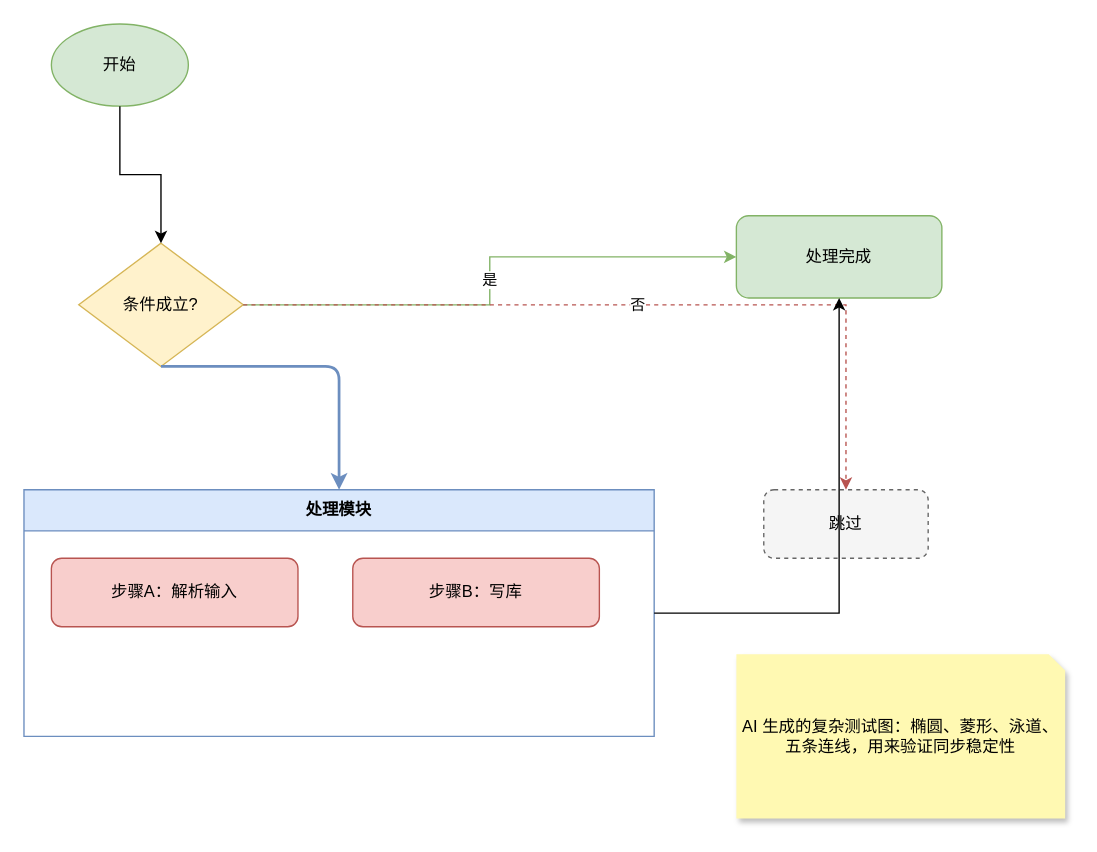
IQD1/IQD1-PUB keeps this draw.io diagram as flow-test2.drawio. Above is the earlier version. Source tidied: cells renumbered, new cells numbered last; positions are measured from the earlier drawing's top-left corner, leaving out a move shared by most shapes. Both pictures are drawn from the tidied source at 137%, with x=0, y=0 at pixel (23, 23).
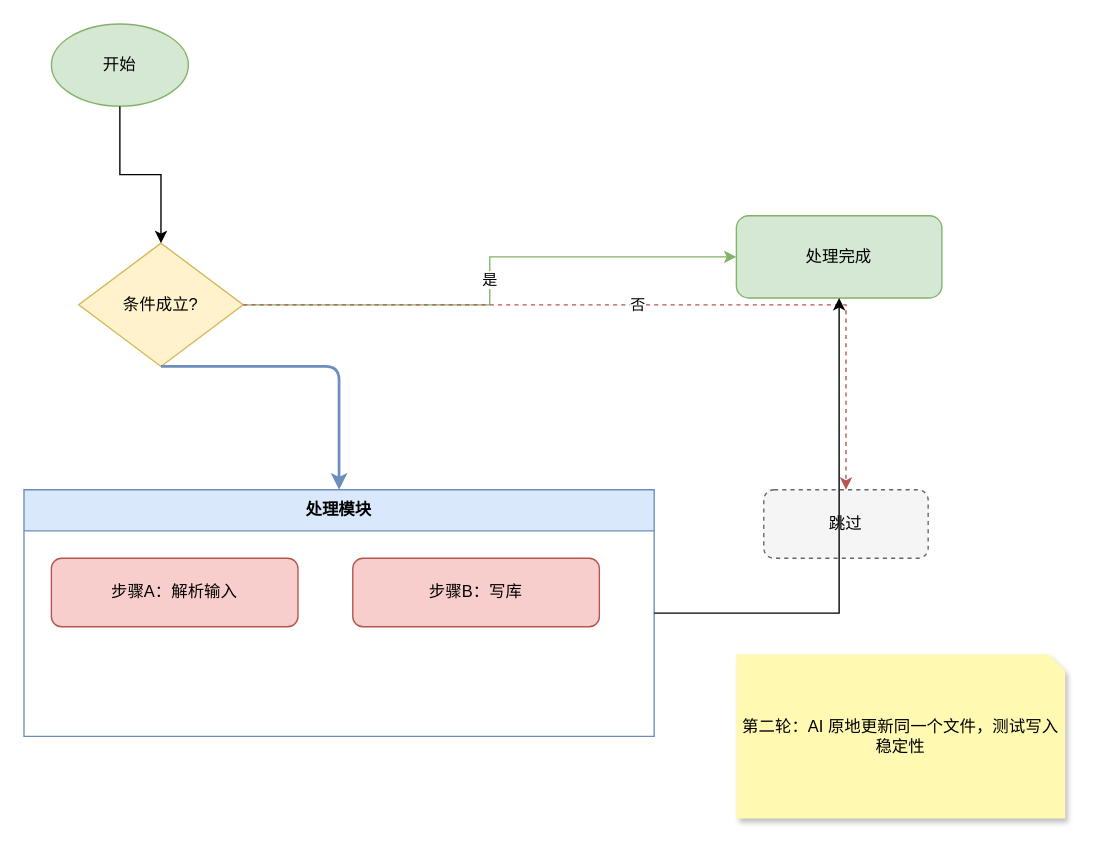
Above is the later version.

Commit message:
第二轮：原地更新同一文件

What changed in the source:
```diff
@@
 <mxGraphModel>
   <root>
     <mxCell id="0" />
     <mxCell id="1" parent="0" />
     <mxCell id="2" value="开始" style="ellipse;whiteSpace=wrap;html=1;fillColor=#d5e8d4;strokeColor=#82b366;" parent="1" vertex="1">
       <mxGeometry x="20" width="100" height="60" as="geometry" />
     </mxCell>
     <mxCell id="3" value="条件成立?" style="rhombus;whiteSpace=wrap;html=1;fillColor=#fff2cc;strokeColor=#d6b656;" parent="1" vertex="1">
       <mxGeometry x="40" y="160" width="120" height="90" as="geometry" />
     </mxCell>
     <mxCell id="4" value="处理模块" style="swimlane;startSize=30;whiteSpace=wrap;html=1;fillColor=#dae8fc;strokeColor=#6c8ebf;" parent="1" vertex="1">
       <mxGeometry y="340" width="460" height="180" as="geometry" />
     </mxCell>
     <mxCell id="5" value="步骤A：解析输入" style="rounded=1;whiteSpace=wrap;html=1;fillColor=#f8cecc;strokeColor=#b85450;" parent="4" vertex="1">
       <mxGeometry x="20" y="50" width="180" height="50" as="geometry" />
     </mxCell>
     <mxCell id="6" value="步骤B：写库" style="rounded=1;whiteSpace=wrap;html=1;fillColor=#f8cecc;strokeColor=#b85450;" parent="4" vertex="1">
       <mxGeometry x="240" y="50" width="180" height="50" as="geometry" />
     </mxCell>
     <mxCell id="7" value="处理完成" style="rounded=1;whiteSpace=wrap;html=1;fillColor=#d5e8d4;strokeColor=#82b366;" parent="1" vertex="1">
       <mxGeometry x="520" y="140" width="150" height="60" as="geometry" />
     </mxCell>
     <mxCell id="8" value="跳过" style="rounded=1;whiteSpace=wrap;html=1;fillColor=#f5f5f5;strokeColor=#666666;dashed=1;" parent="1" vertex="1">
       <mxGeometry x="540" y="340" width="120" height="50" as="geometry" />
     </mxCell>
     <mxCell id="9" style="edgeStyle=orthogonalEdgeStyle;rounded=0;jettySize=auto;html=1;" parent="1" edge="1" source="2" target="3">
       <mxGeometry relative="1" as="geometry" />
     </mxCell>
     <mxCell id="10" style="edgeStyle=segmentEdgeStyle;rounded=1;html=1;strokeColor=#6c8ebf;strokeWidth=2;exitX=0.5;exitY=1;" parent="1" edge="1" source="3" target="4">
       <mxGeometry relative="1" as="geometry" />
     </mxCell>
     <mxCell id="11" value="是" style="edgeStyle=orthogonalEdgeStyle;rounded=0;jettySize=auto;html=1;strokeColor=#82b366;" parent="1" edge="1" source="3" target="7">
       <mxGeometry relative="1" as="geometry" />
     </mxCell>
     <mxCell id="12" value="否" style="edgeStyle=orthogonalEdgeStyle;rounded=0;jettySize=auto;html=1;strokeColor=#b85450;dashed=1;" parent="1" edge="1" source="3" target="8">
       <mxGeometry relative="1" as="geometry" />
     </mxCell>
     <mxCell id="13" style="edgeStyle=orthogonalEdgeStyle;rounded=0;jettySize=auto;html=1;" parent="1" edge="1" source="4" target="7">
       <mxGeometry relative="1" as="geometry" />
     </mxCell>
-    <mxCell id="14" value="AI 生成的复杂测试图：椭圆、菱形、泳道、五条连线，用来验证同步稳定性" style="shape=note;whiteSpace=wrap;html=1;backgroundOutline=1;fontColor=#000000;fillColor=#FFF9B2;strokeColor=none;shadow=1;size=12;" parent="1" vertex="1">
+    <mxCell id="14" value="第二轮：AI 原地更新同一个文件，测试写入稳定性" style="shape=note;whiteSpace=wrap;html=1;backgroundOutline=1;fontColor=#000000;fillColor=#FFF9B2;strokeColor=none;shadow=1;size=12;" parent="1" vertex="1">
       <mxGeometry x="520" y="460" width="240" height="120" as="geometry" />
     </mxCell>
   </root>
 </mxGraphModel>
```
